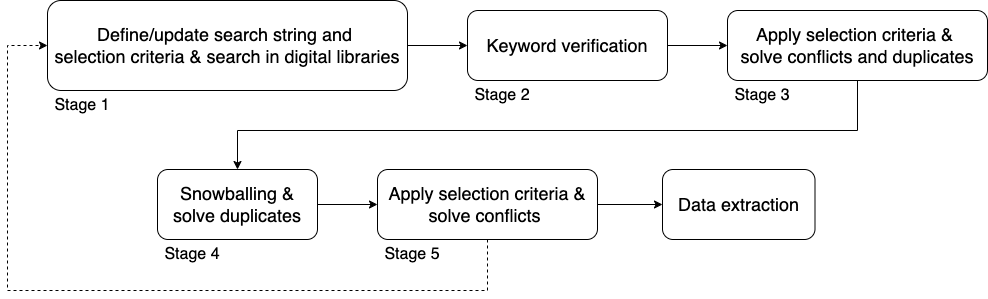
ruizhengu/XR-testing-study keeps this draw.io diagram as figure/selection_process.png. Above is the earlier version. Source tidied: cells renumbered, new cells last; positions are measured from the earlier drawing's top-left corner, leaving out a move shared by most shapes. Source of this version:
```xml
<mxGraphModel>
  <root>
    <mxCell id="0" />
    <mxCell id="1" parent="0" />
    <mxCell id="2" style="edgeStyle=orthogonalEdgeStyle;rounded=0;jettySize=auto;html=1;" parent="1" edge="1" source="3" target="17">
      <mxGeometry relative="1" as="geometry" />
    </mxCell>
    <mxCell id="3" value="&lt;font style=&quot;font-size: 18px;&quot;&gt;Define/update search string and&amp;nbsp;&lt;/font&gt;&lt;div&gt;&lt;font style=&quot;font-size: 18px;&quot;&gt;selection criteria &amp;amp; s&lt;/font&gt;&lt;span style=&quot;font-size: 18px; background-color: initial;&quot;&gt;earch in digital libraries&lt;/span&gt;&lt;/div&gt;" style="rounded=1;whiteSpace=wrap;html=1;" parent="1" vertex="1">
      <mxGeometry x="40" width="360" height="90" as="geometry" />
    </mxCell>
    <mxCell id="4" style="edgeStyle=orthogonalEdgeStyle;rounded=0;jettySize=auto;html=1;" parent="1" edge="1" source="5" target="7">
      <mxGeometry relative="1" as="geometry">
        <Array as="points">
          <mxPoint x="850" y="130" />
          <mxPoint x="230" y="130" />
        </Array>
      </mxGeometry>
    </mxCell>
    <mxCell id="5" value="&lt;span style=&quot;font-size: 18px;&quot;&gt;Apply selection criteria &amp;amp;&amp;nbsp;&lt;/span&gt;&lt;div&gt;&lt;span style=&quot;font-size: 18px; background-color: initial;&quot;&gt;solve conflicts and duplicates&lt;/span&gt;&lt;/div&gt;" style="rounded=1;whiteSpace=wrap;html=1;" parent="1" vertex="1">
      <mxGeometry x="720" y="10" width="260" height="70" as="geometry" />
    </mxCell>
    <mxCell id="6" style="edgeStyle=orthogonalEdgeStyle;rounded=0;jettySize=auto;html=1;" parent="1" edge="1" source="7" target="10">
      <mxGeometry relative="1" as="geometry" />
    </mxCell>
    <mxCell id="7" value="&lt;span style=&quot;font-size: 18px;&quot;&gt;Snowballing &amp;amp;&lt;/span&gt;&lt;div&gt;&lt;span style=&quot;font-size: 18px;&quot;&gt;solve duplicates&lt;/span&gt;&lt;/div&gt;" style="rounded=1;whiteSpace=wrap;html=1;" parent="1" vertex="1">
      <mxGeometry x="150" y="169" width="160" height="70" as="geometry" />
    </mxCell>
    <mxCell id="8" style="edgeStyle=orthogonalEdgeStyle;rounded=0;jettySize=auto;html=1;" parent="1" edge="1" source="10" target="11">
      <mxGeometry relative="1" as="geometry" />
    </mxCell>
    <mxCell id="9" style="edgeStyle=orthogonalEdgeStyle;rounded=0;jettySize=auto;html=1;entryX=0;entryY=0.5;entryDx=0;entryDy=0;dashed=1;" parent="1" edge="1" source="10" target="3">
      <mxGeometry relative="1" as="geometry">
        <Array as="points">
          <mxPoint x="480" y="290" />
          <mxPoint y="290" />
          <mxPoint y="45" />
        </Array>
      </mxGeometry>
    </mxCell>
    <mxCell id="10" value="&lt;span style=&quot;font-size: 18px;&quot;&gt;Apply selection criteria &amp;amp;&lt;/span&gt;&lt;div&gt;&lt;span style=&quot;font-size: 18px;&quot;&gt;solve conflicts&amp;nbsp;&lt;/span&gt;&lt;/div&gt;" style="rounded=1;whiteSpace=wrap;html=1;" parent="1" vertex="1">
      <mxGeometry x="370" y="169" width="220" height="70" as="geometry" />
    </mxCell>
    <mxCell id="11" value="&lt;span style=&quot;font-size: 18px;&quot;&gt;Data extraction&lt;/span&gt;" style="rounded=1;whiteSpace=wrap;html=1;" parent="1" vertex="1">
      <mxGeometry x="655" y="169" width="152.5" height="70" as="geometry" />
    </mxCell>
    <mxCell id="12" value="&lt;font style=&quot;font-size: 16px;&quot;&gt;Stage 1&lt;/font&gt;" style="text;html=1;align=center;verticalAlign=middle;whiteSpace=wrap;rounded=0;" parent="1" vertex="1">
      <mxGeometry x="40" y="90" width="70" height="30" as="geometry" />
    </mxCell>
    <mxCell id="13" value="&lt;font style=&quot;font-size: 16px;&quot;&gt;Stage 3&lt;/font&gt;" style="text;html=1;align=center;verticalAlign=middle;whiteSpace=wrap;rounded=0;" parent="1" vertex="1">
      <mxGeometry x="720" y="80" width="70" height="30" as="geometry" />
    </mxCell>
    <mxCell id="14" value="&lt;font style=&quot;font-size: 16px;&quot;&gt;Stage 4&lt;/font&gt;" style="text;html=1;align=center;verticalAlign=middle;whiteSpace=wrap;rounded=0;" parent="1" vertex="1">
      <mxGeometry x="150" y="239" width="70" height="30" as="geometry" />
    </mxCell>
    <mxCell id="15" value="&lt;font style=&quot;font-size: 16px;&quot;&gt;Stage 5&lt;/font&gt;" style="text;html=1;align=center;verticalAlign=middle;whiteSpace=wrap;rounded=0;" parent="1" vertex="1">
      <mxGeometry x="370" y="239" width="70" height="30" as="geometry" />
    </mxCell>
    <mxCell id="16" style="edgeStyle=orthogonalEdgeStyle;rounded=0;jettySize=auto;html=1;" parent="1" edge="1" source="17" target="5">
      <mxGeometry relative="1" as="geometry" />
    </mxCell>
    <mxCell id="17" value="&lt;span style=&quot;font-size: 18px; font-weight: normal;&quot;&gt;Keyword verification&lt;/span&gt;" style="rounded=1;whiteSpace=wrap;html=1;fontStyle=1;" parent="1" vertex="1">
      <mxGeometry x="460" y="10" width="200" height="70" as="geometry" />
    </mxCell>
    <mxCell id="18" value="&lt;font style=&quot;font-size: 16px;&quot;&gt;Stage 2&lt;/font&gt;" style="text;html=1;align=center;verticalAlign=middle;whiteSpace=wrap;rounded=0;" parent="1" vertex="1">
      <mxGeometry x="460" y="80" width="70" height="30" as="geometry" />
    </mxCell>
  </root>
</mxGraphModel>
```
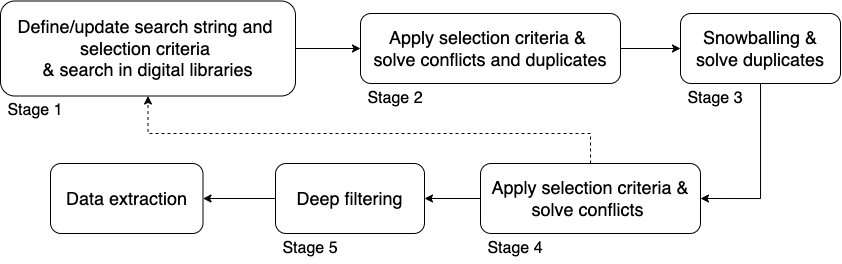
After the change.

Commit message:
update selection process figure

Change to the diagram source:
```diff
@@ -2,67 +2,61 @@
   <root>
     <mxCell id="0" />
     <mxCell id="1" parent="0" />
-    <mxCell id="2" style="edgeStyle=orthogonalEdgeStyle;rounded=0;jettySize=auto;html=1;" parent="1" edge="1" source="3" target="17">
+    <mxCell id="2" style="edgeStyle=orthogonalEdgeStyle;rounded=0;jettySize=auto;html=1;entryX=0;entryY=0.5;entryDx=0;entryDy=0;" parent="1" edge="1" source="3" target="5">
       <mxGeometry relative="1" as="geometry" />
     </mxCell>
-    <mxCell id="3" value="&lt;font style=&quot;font-size: 18px;&quot;&gt;Define/update search string and&amp;nbsp;&lt;/font&gt;&lt;div&gt;&lt;font style=&quot;font-size: 18px;&quot;&gt;selection criteria &amp;amp; s&lt;/font&gt;&lt;span style=&quot;font-size: 18px; background-color: initial;&quot;&gt;earch in digital libraries&lt;/span&gt;&lt;/div&gt;" style="rounded=1;whiteSpace=wrap;html=1;" parent="1" vertex="1">
-      <mxGeometry x="40" width="360" height="90" as="geometry" />
+    <mxCell id="3" value="&lt;font style=&quot;font-size: 18px;&quot;&gt;Define/update search string and&amp;nbsp;&lt;/font&gt;&lt;div&gt;&lt;font style=&quot;font-size: 18px;&quot;&gt;selection criteria&amp;nbsp;&lt;/font&gt;&lt;/div&gt;&lt;div&gt;&lt;font style=&quot;font-size: 18px;&quot;&gt;&amp;amp; s&lt;/font&gt;&lt;span style=&quot;font-size: 18px; background-color: initial;&quot;&gt;earch in digital libraries&lt;/span&gt;&lt;/div&gt;" style="rounded=1;whiteSpace=wrap;html=1;" parent="1" vertex="1">
+      <mxGeometry x="100" y="-2.5" width="295" height="95" as="geometry" />
     </mxCell>
-    <mxCell id="4" style="edgeStyle=orthogonalEdgeStyle;rounded=0;jettySize=auto;html=1;" parent="1" edge="1" source="5" target="7">
-      <mxGeometry relative="1" as="geometry">
-        <Array as="points">
-          <mxPoint x="850" y="130" />
-          <mxPoint x="230" y="130" />
-        </Array>
-      </mxGeometry>
+    <mxCell id="4" style="edgeStyle=orthogonalEdgeStyle;rounded=0;jettySize=auto;html=1;entryX=0;entryY=0.5;entryDx=0;entryDy=0;" parent="1" edge="1" source="5" target="7">
+      <mxGeometry relative="1" as="geometry" />
     </mxCell>
     <mxCell id="5" value="&lt;span style=&quot;font-size: 18px;&quot;&gt;Apply selection criteria &amp;amp;&amp;nbsp;&lt;/span&gt;&lt;div&gt;&lt;span style=&quot;font-size: 18px; background-color: initial;&quot;&gt;solve conflicts and duplicates&lt;/span&gt;&lt;/div&gt;" style="rounded=1;whiteSpace=wrap;html=1;" parent="1" vertex="1">
-      <mxGeometry x="720" y="10" width="260" height="70" as="geometry" />
+      <mxGeometry x="460" y="10" width="260" height="70" as="geometry" />
     </mxCell>
-    <mxCell id="6" style="edgeStyle=orthogonalEdgeStyle;rounded=0;jettySize=auto;html=1;" parent="1" edge="1" source="7" target="10">
+    <mxCell id="6" style="edgeStyle=orthogonalEdgeStyle;rounded=0;jettySize=auto;html=1;entryX=1;entryY=0.5;entryDx=0;entryDy=0;" parent="1" edge="1" source="7" target="10">
       <mxGeometry relative="1" as="geometry" />
     </mxCell>
     <mxCell id="7" value="&lt;span style=&quot;font-size: 18px;&quot;&gt;Snowballing &amp;amp;&lt;/span&gt;&lt;div&gt;&lt;span style=&quot;font-size: 18px;&quot;&gt;solve duplicates&lt;/span&gt;&lt;/div&gt;" style="rounded=1;whiteSpace=wrap;html=1;" parent="1" vertex="1">
-      <mxGeometry x="150" y="169" width="160" height="70" as="geometry" />
+      <mxGeometry x="780" y="10" width="160" height="70" as="geometry" />
     </mxCell>
-    <mxCell id="8" style="edgeStyle=orthogonalEdgeStyle;rounded=0;jettySize=auto;html=1;" parent="1" edge="1" source="10" target="11">
+    <mxCell id="8" style="edgeStyle=orthogonalEdgeStyle;rounded=0;jettySize=auto;html=1;" parent="1" edge="1" source="10" target="17">
       <mxGeometry relative="1" as="geometry" />
     </mxCell>
-    <mxCell id="9" style="edgeStyle=orthogonalEdgeStyle;rounded=0;jettySize=auto;html=1;entryX=0;entryY=0.5;entryDx=0;entryDy=0;dashed=1;" parent="1" edge="1" source="10" target="3">
+    <mxCell id="9" style="edgeStyle=orthogonalEdgeStyle;rounded=0;jettySize=auto;html=1;entryX=0.5;entryY=1;entryDx=0;entryDy=0;dashed=1;" parent="1" edge="1" source="10" target="3">
       <mxGeometry relative="1" as="geometry">
         <Array as="points">
-          <mxPoint x="480" y="290" />
-          <mxPoint y="290" />
-          <mxPoint y="45" />
+          <mxPoint x="690" y="130" />
+          <mxPoint x="248" y="130" />
         </Array>
       </mxGeometry>
     </mxCell>
     <mxCell id="10" value="&lt;span style=&quot;font-size: 18px;&quot;&gt;Apply selection criteria &amp;amp;&lt;/span&gt;&lt;div&gt;&lt;span style=&quot;font-size: 18px;&quot;&gt;solve conflicts&amp;nbsp;&lt;/span&gt;&lt;/div&gt;" style="rounded=1;whiteSpace=wrap;html=1;" parent="1" vertex="1">
-      <mxGeometry x="370" y="169" width="220" height="70" as="geometry" />
+      <mxGeometry x="580" y="160" width="220" height="70" as="geometry" />
     </mxCell>
     <mxCell id="11" value="&lt;span style=&quot;font-size: 18px;&quot;&gt;Data extraction&lt;/span&gt;" style="rounded=1;whiteSpace=wrap;html=1;" parent="1" vertex="1">
-      <mxGeometry x="655" y="169" width="152.5" height="70" as="geometry" />
+      <mxGeometry x="150" y="160" width="152.5" height="70" as="geometry" />
     </mxCell>
     <mxCell id="12" value="&lt;font style=&quot;font-size: 16px;&quot;&gt;Stage 1&lt;/font&gt;" style="text;html=1;align=center;verticalAlign=middle;whiteSpace=wrap;rounded=0;" parent="1" vertex="1">
-      <mxGeometry x="40" y="90" width="70" height="30" as="geometry" />
+      <mxGeometry x="100" y="92.5" width="70" height="30" as="geometry" />
     </mxCell>
-    <mxCell id="13" value="&lt;font style=&quot;font-size: 16px;&quot;&gt;Stage 3&lt;/font&gt;" style="text;html=1;align=center;verticalAlign=middle;whiteSpace=wrap;rounded=0;" parent="1" vertex="1">
-      <mxGeometry x="720" y="80" width="70" height="30" as="geometry" />
+    <mxCell id="13" value="&lt;font style=&quot;font-size: 16px;&quot;&gt;Stage 2&lt;/font&gt;" style="text;html=1;align=center;verticalAlign=middle;whiteSpace=wrap;rounded=0;" parent="1" vertex="1">
+      <mxGeometry x="460" y="80" width="70" height="30" as="geometry" />
     </mxCell>
-    <mxCell id="14" value="&lt;font style=&quot;font-size: 16px;&quot;&gt;Stage 4&lt;/font&gt;" style="text;html=1;align=center;verticalAlign=middle;whiteSpace=wrap;rounded=0;" parent="1" vertex="1">
-      <mxGeometry x="150" y="239" width="70" height="30" as="geometry" />
+    <mxCell id="14" value="&lt;font style=&quot;font-size: 16px;&quot;&gt;Stage 3&lt;/font&gt;" style="text;html=1;align=center;verticalAlign=middle;whiteSpace=wrap;rounded=0;" parent="1" vertex="1">
+      <mxGeometry x="780" y="80" width="70" height="30" as="geometry" />
     </mxCell>
-    <mxCell id="15" value="&lt;font style=&quot;font-size: 16px;&quot;&gt;Stage 5&lt;/font&gt;" style="text;html=1;align=center;verticalAlign=middle;whiteSpace=wrap;rounded=0;" parent="1" vertex="1">
-      <mxGeometry x="370" y="239" width="70" height="30" as="geometry" />
+    <mxCell id="15" value="&lt;font style=&quot;font-size: 16px;&quot;&gt;Stage 4&lt;/font&gt;" style="text;html=1;align=center;verticalAlign=middle;whiteSpace=wrap;rounded=0;" parent="1" vertex="1">
+      <mxGeometry x="580" y="230" width="70" height="30" as="geometry" />
     </mxCell>
-    <mxCell id="16" style="edgeStyle=orthogonalEdgeStyle;rounded=0;jettySize=auto;html=1;" parent="1" edge="1" source="17" target="5">
+    <mxCell id="16" style="edgeStyle=orthogonalEdgeStyle;rounded=0;jettySize=auto;html=1;" parent="1" edge="1" source="17" target="11">
       <mxGeometry relative="1" as="geometry" />
     </mxCell>
-    <mxCell id="17" value="&lt;span style=&quot;font-size: 18px; font-weight: normal;&quot;&gt;Keyword verification&lt;/span&gt;" style="rounded=1;whiteSpace=wrap;html=1;fontStyle=1;" parent="1" vertex="1">
-      <mxGeometry x="460" y="10" width="200" height="70" as="geometry" />
+    <mxCell id="17" value="&lt;span style=&quot;font-size: 18px;&quot;&gt;Deep filtering&lt;/span&gt;" style="rounded=1;whiteSpace=wrap;html=1;" parent="1" vertex="1">
+      <mxGeometry x="375" y="160" width="149" height="70" as="geometry" />
     </mxCell>
-    <mxCell id="18" value="&lt;font style=&quot;font-size: 16px;&quot;&gt;Stage 2&lt;/font&gt;" style="text;html=1;align=center;verticalAlign=middle;whiteSpace=wrap;rounded=0;" parent="1" vertex="1">
-      <mxGeometry x="460" y="80" width="70" height="30" as="geometry" />
+    <mxCell id="18" value="&lt;font style=&quot;font-size: 16px;&quot;&gt;Stage 5&lt;/font&gt;" style="text;html=1;align=center;verticalAlign=middle;whiteSpace=wrap;rounded=0;" parent="1" vertex="1">
+      <mxGeometry x="375" y="230" width="70" height="30" as="geometry" />
     </mxCell>
   </root>
 </mxGraphModel>
```
